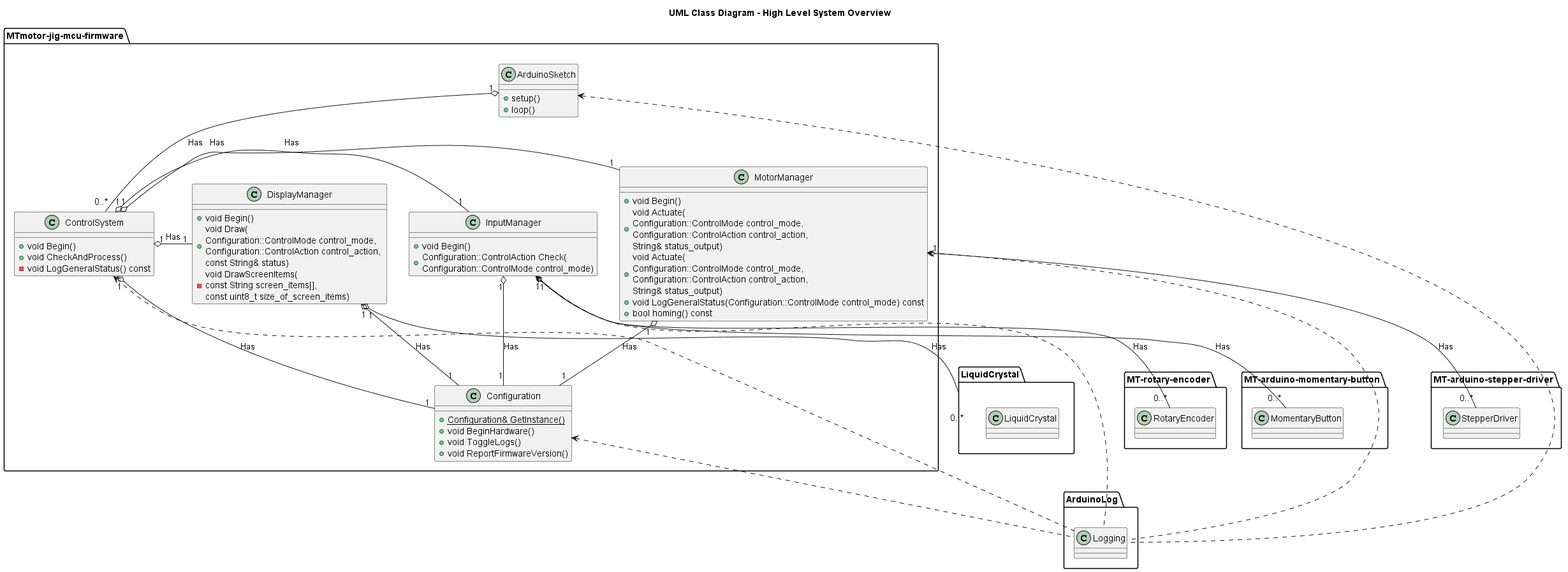
This is images/uml-class-diagram-overview.png from Morgritech/MTmotor-jig-mcu-firmware, a PlantUML export, as it was before one commit.
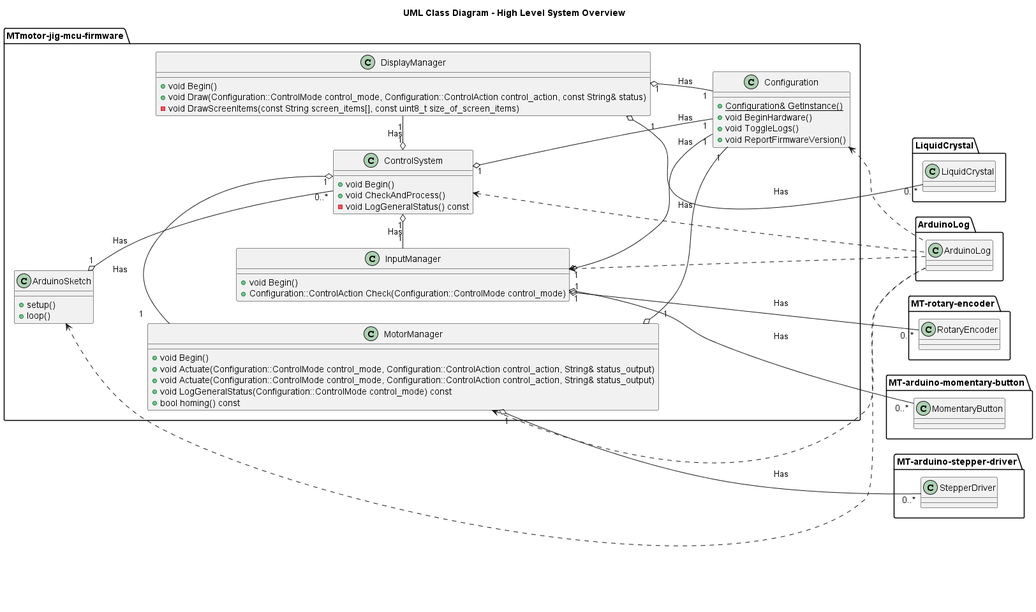
Above is the later version.

Commit message:
Modified to reduce diagram width.

Diff of the diagram source:
```diff
@@ -1,5 +1,7 @@
 @startuml
 title UML Class Diagram - High Level System Overview
+
+left to right direction
 
 package MTmotor-jig-mcu-firmware {
   class ArduinoSketch {
@@ -22,70 +24,74 @@
 
   class DisplayManager {
     +void Begin()
-    +void Draw(\nConfiguration::ControlMode control_mode, \nConfiguration::ControlAction control_action, \nconst String& status)
-    -void DrawScreenItems(\nconst String screen_items[], \nconst uint8_t size_of_screen_items)
+    +void Draw(Configuration::ControlMode control_mode, Configuration::ControlAction control_action, const String& status)
+    -void DrawScreenItems(const String screen_items[], const uint8_t size_of_screen_items)
   }
 
   class InputManager {
     +void Begin()
-    +Configuration::ControlAction Check(\nConfiguration::ControlMode control_mode)
+    +Configuration::ControlAction Check(Configuration::ControlMode control_mode)
   }
 
   class MotorManager {
     +void Begin()
-    +void Actuate(\nConfiguration::ControlMode control_mode, \nConfiguration::ControlAction control_action, \nString& status_output)
-    +void Actuate(\nConfiguration::ControlMode control_mode, \nConfiguration::ControlAction control_action, \nString& status_output)
+    +void Actuate(Configuration::ControlMode control_mode, Configuration::ControlAction control_action, String& status_output)
+    +void Actuate(Configuration::ControlMode control_mode, Configuration::ControlAction control_action, String& status_output)
     +void LogGeneralStatus(Configuration::ControlMode control_mode) const
     +bool homing() const
   }
 }
 
-package ArduinoLog {
-  class Logging {
+together {
+
+  package ArduinoLog {
+    class ArduinoLog {
+    }
   }
-}
 
-package LiquidCrystal {
-  class LiquidCrystal {
+  package LiquidCrystal {
+    class LiquidCrystal {
+    }
   }
-}
 
-package MT-rotary-encoder {
-  class RotaryEncoder {
+  package MT-rotary-encoder {
+    class RotaryEncoder {
+    }
   }
-}
 
-package MT-arduino-momentary-button {
-  class MomentaryButton {
+  package MT-arduino-momentary-button {
+    class MomentaryButton {
+    }
   }
-}
 
-package MT-arduino-stepper-driver {
-  class StepperDriver {
+  package MT-arduino-stepper-driver {
+    class StepperDriver {
+    }
   }
+
 }
 
 ArduinoSketch "1" o-- "0..*" ControlSystem : Has
-ArduinoSketch <.. Logging
+ArduinoSketch <.. ArduinoLog.ArduinoLog
 
-Configuration <.. Logging
+Configuration <.. ArduinoLog.ArduinoLog
 
 ControlSystem "1" o-- "1" Configuration : Has
 ControlSystem "1" o- "1" DisplayManager : Has
 ControlSystem "1" o- "1" InputManager : Has
 ControlSystem "1" o- "1" MotorManager : Has
-ControlSystem <.. Logging
+ControlSystem <.. ArduinoLog.ArduinoLog
 
 DisplayManager "1" o-- "1" Configuration : Has
-DisplayManager "1" o-- "0..*" LiquidCrystal: Has
+DisplayManager "1" o-- "0..*" LiquidCrystal.LiquidCrystal: Has
 
 InputManager "1" o-- "1" Configuration : Has
 InputManager "1" o-- "0..*" MomentaryButton : Has
 InputManager "1" o-- "0..*" RotaryEncoder : Has
-InputManager <.. Logging
+InputManager <.. ArduinoLog.ArduinoLog
 
 MotorManager "1" o-- "1" Configuration : Has
 MotorManager "1" o-- "0..*" StepperDriver : Has
-MotorManager <.. Logging
+MotorManager <.. ArduinoLog.ArduinoLog
 
 @enduml
```
